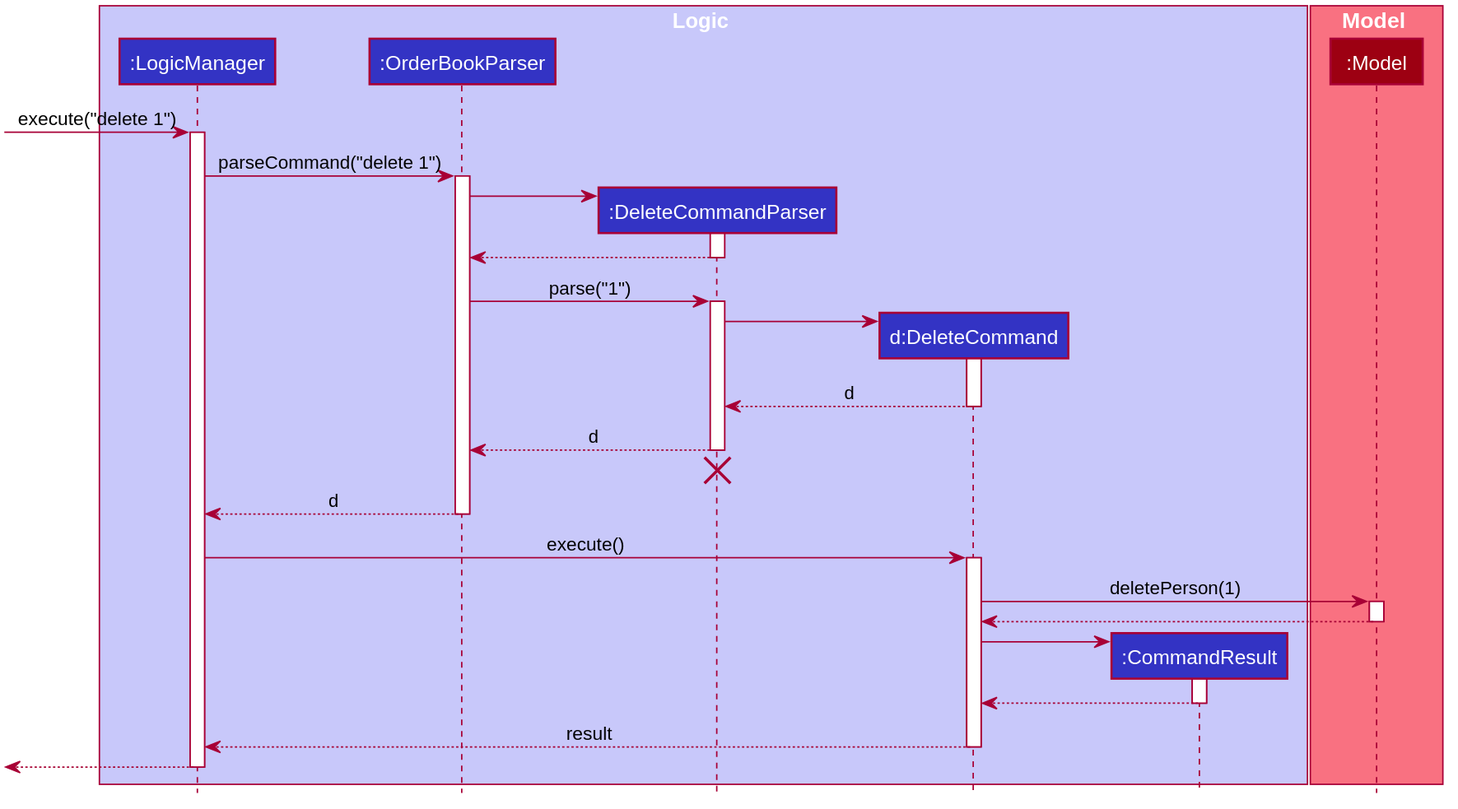
Before: docs/images/DeleteSequenceDiagram.svg, a diagram exported from PlantUML (nus-cs2103-AY1920S2/addressbook-level3).
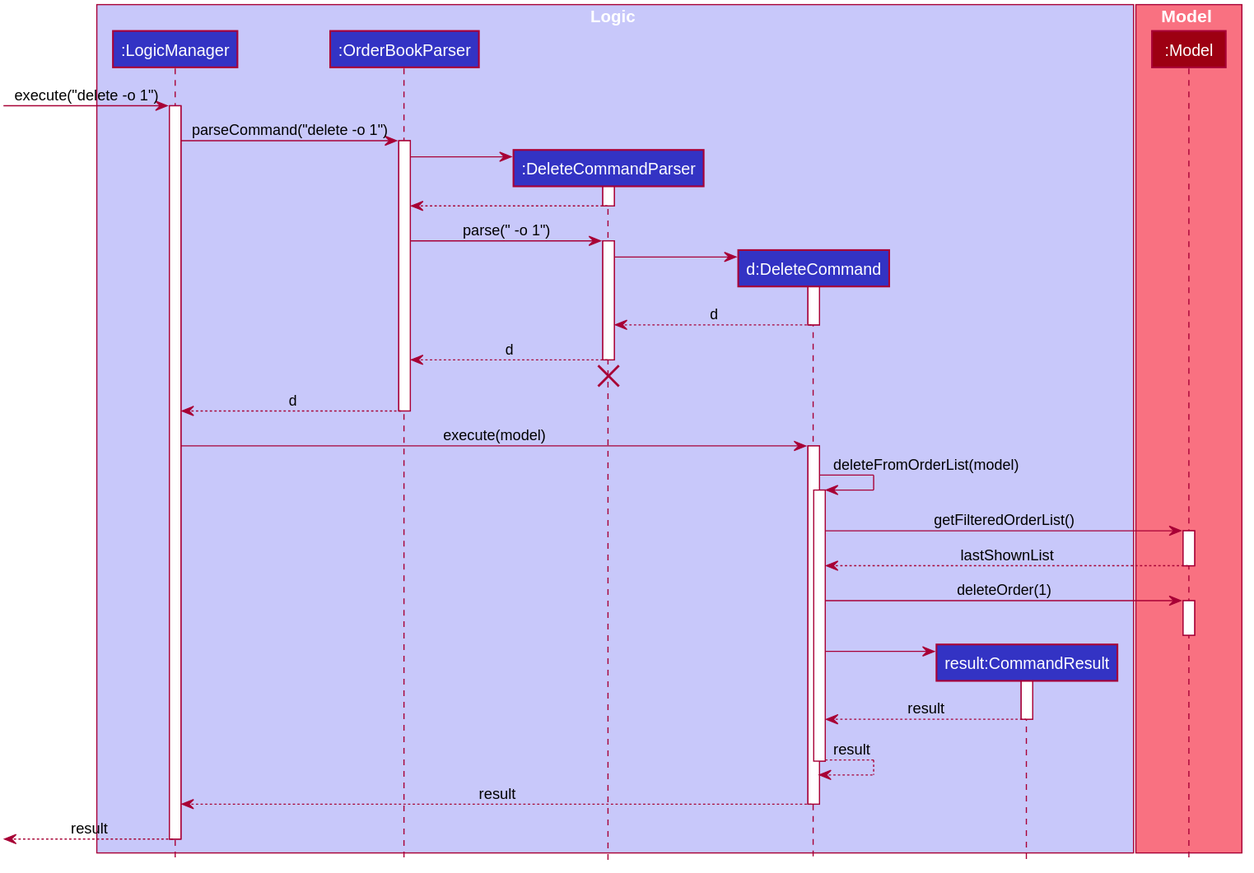
The same diagram one commit later.

Commit message:
Add delete command sequence diagrams

What changed in the source:
```diff
@@ -53,17 +53,17 @@
 participant ":OrderBookParser" as OrderBookParser #3333C4
 participant ":DeleteCommandParser" as DeleteCommandParser #3333C4
 participant "d:DeleteCommand" as DeleteCommand #3333C4
-participant ":CommandResult" as CommandResult #3333C4
+participant "result:CommandResult" as CommandResult #3333C4
 end box
 
 box Model #F97181
 participant ":Model" as Model #9D0012
 end box
 
-[-> LogicManager : execute("delete 1")
+[-> LogicManager : execute("delete -o 1")
 activate LogicManager
 
-LogicManager -> OrderBookParser : parseCommand("delete 1")
+LogicManager -> OrderBookParser : parseCommand("delete -o 1")
 activate OrderBookParser
 
 create DeleteCommandParser
@@ -73,7 +73,7 @@
 DeleteCommandParser --> OrderBookParser
 deactivate DeleteCommandParser
 
-OrderBookParser -> DeleteCommandParser : parse("1")
+OrderBookParser -> DeleteCommandParser : parse(" -o 1")
 activate DeleteCommandParser
 
 create DeleteCommand
@@ -91,25 +91,30 @@
 OrderBookParser --> LogicManager : d
 deactivate OrderBookParser
 
-LogicManager -> DeleteCommand : execute()
+LogicManager -> DeleteCommand : execute(model)
 activate DeleteCommand
 
-DeleteCommand -> Model : deletePerson(1)
+DeleteCommand -> DeleteCommand : deleteFromOrderList(model)
+activate DeleteCommand
+DeleteCommand -> Model : getFilteredOrderList()
 activate Model
-
-Model --> DeleteCommand
+Model --> DeleteCommand : lastShownList
 deactivate Model
-
+DeleteCommand -> Model : deleteOrder(1)
+activate Model
+deactivate Model
 create CommandResult
 DeleteCommand -> CommandResult
 activate CommandResult
 
-CommandResult --> DeleteCommand
+CommandResult --> DeleteCommand : result
 deactivate CommandResult
+DeleteCommand --> DeleteCommand : result
+deactivate DeleteCommand
 
 DeleteCommand --> LogicManager : result
 deactivate DeleteCommand
 
-[<--LogicManager
+[<--LogicManager : result
 deactivate LogicManager
 @enduml
```
